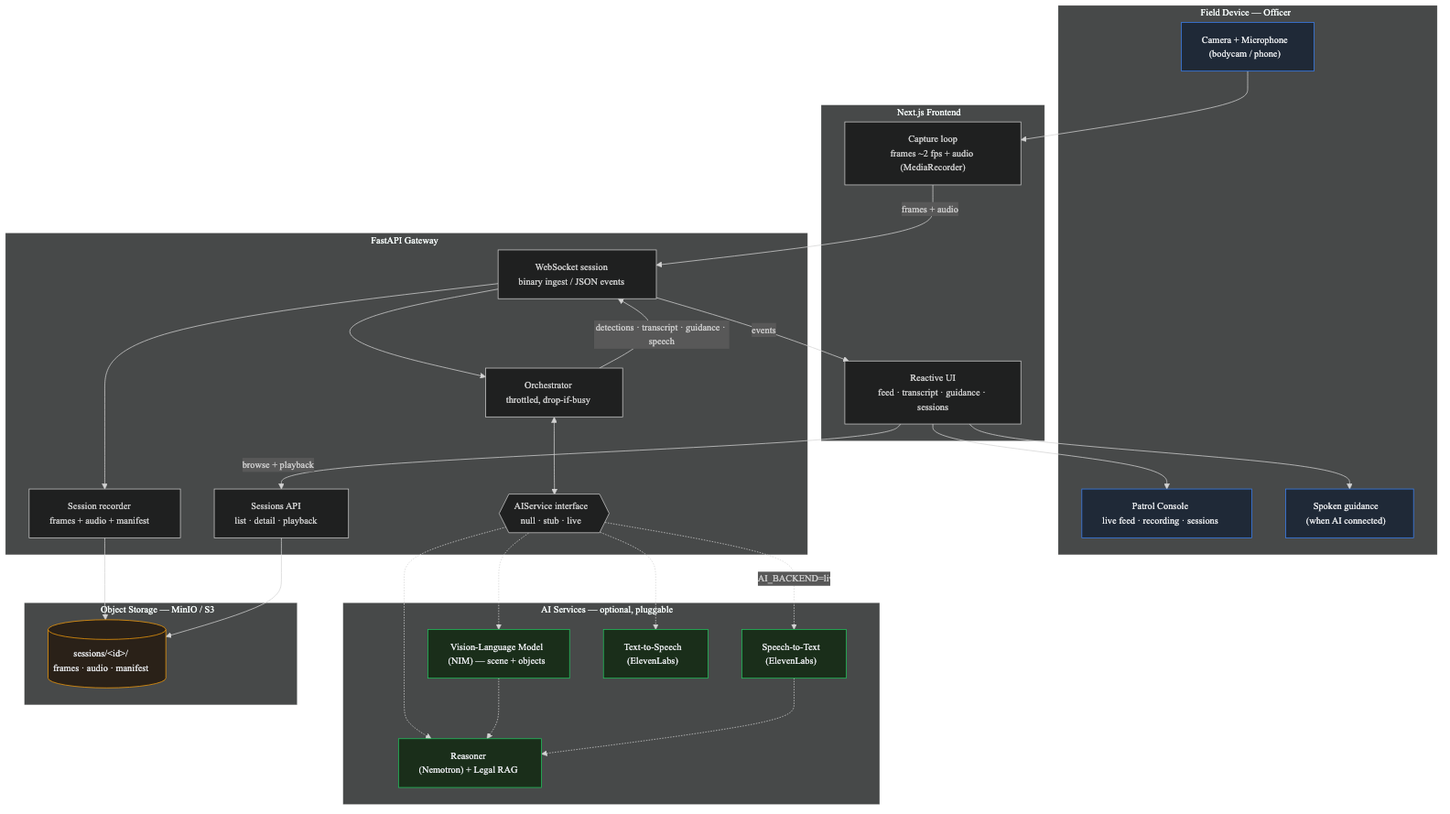
Earlier version of the Mermaid export docs/architecture.png (dheeraj-ltw/nvidia-hack-for-impact-june-26). Its source is kept beside it as docs/architecture.mmd.
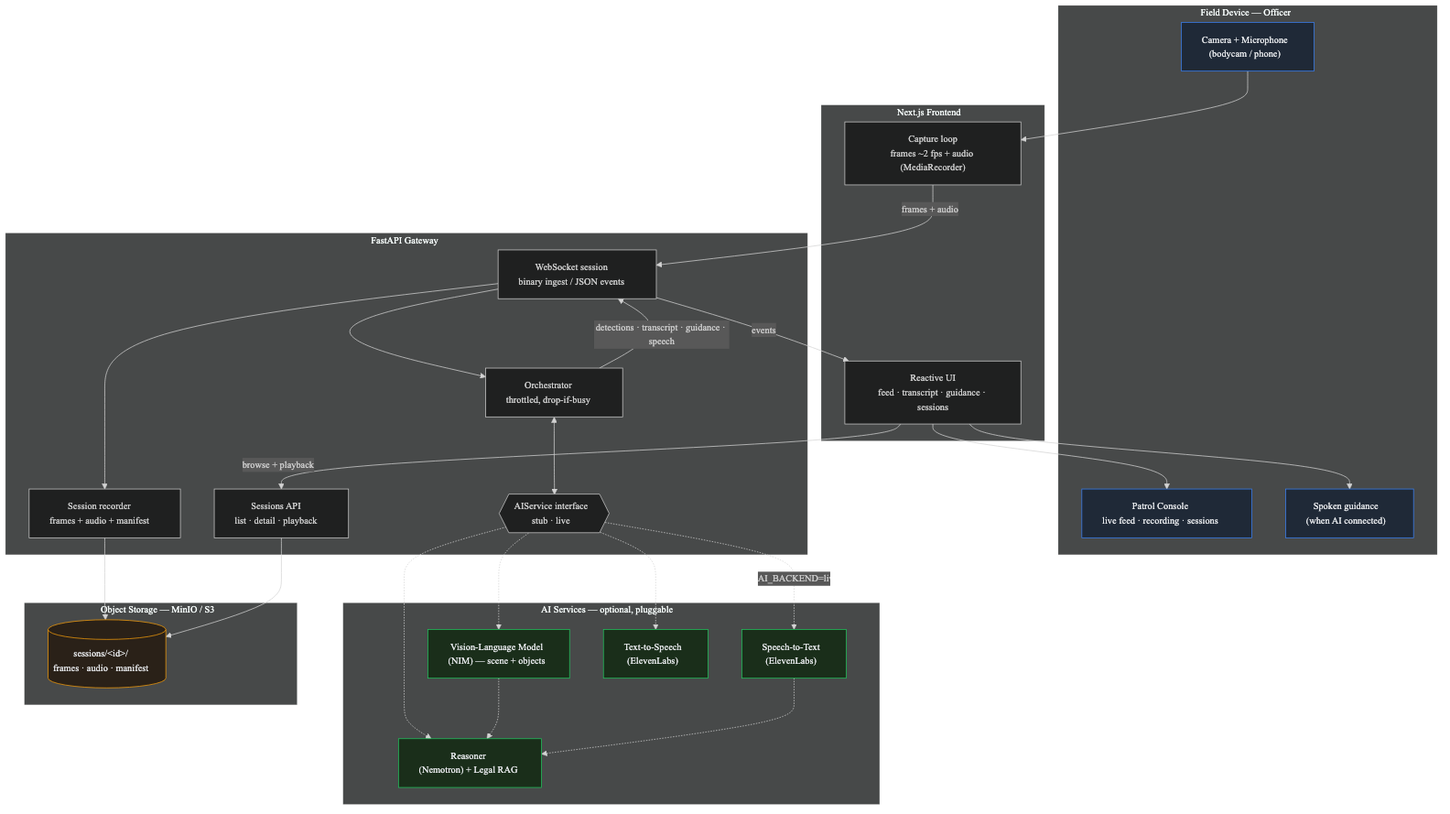
The same diagram one commit later.

Commit message:
refactor(api): remove redundant null AI backend

Diff of the diagram source:
```diff
@@ -15,7 +15,7 @@
         WS["WebSocket session<br/>binary ingest / JSON events"]
         RECORDER["Session recorder<br/>frames + audio + manifest"]
         ORCH["Orchestrator<br/>throttled, drop-if-busy"]
-        AISVC{{"AIService interface<br/>null · stub · live"}}
+        AISVC{{"AIService interface<br/>stub · live"}}
         SESSIONS["Sessions API<br/>list · detail · playback"]
     end
 
```
